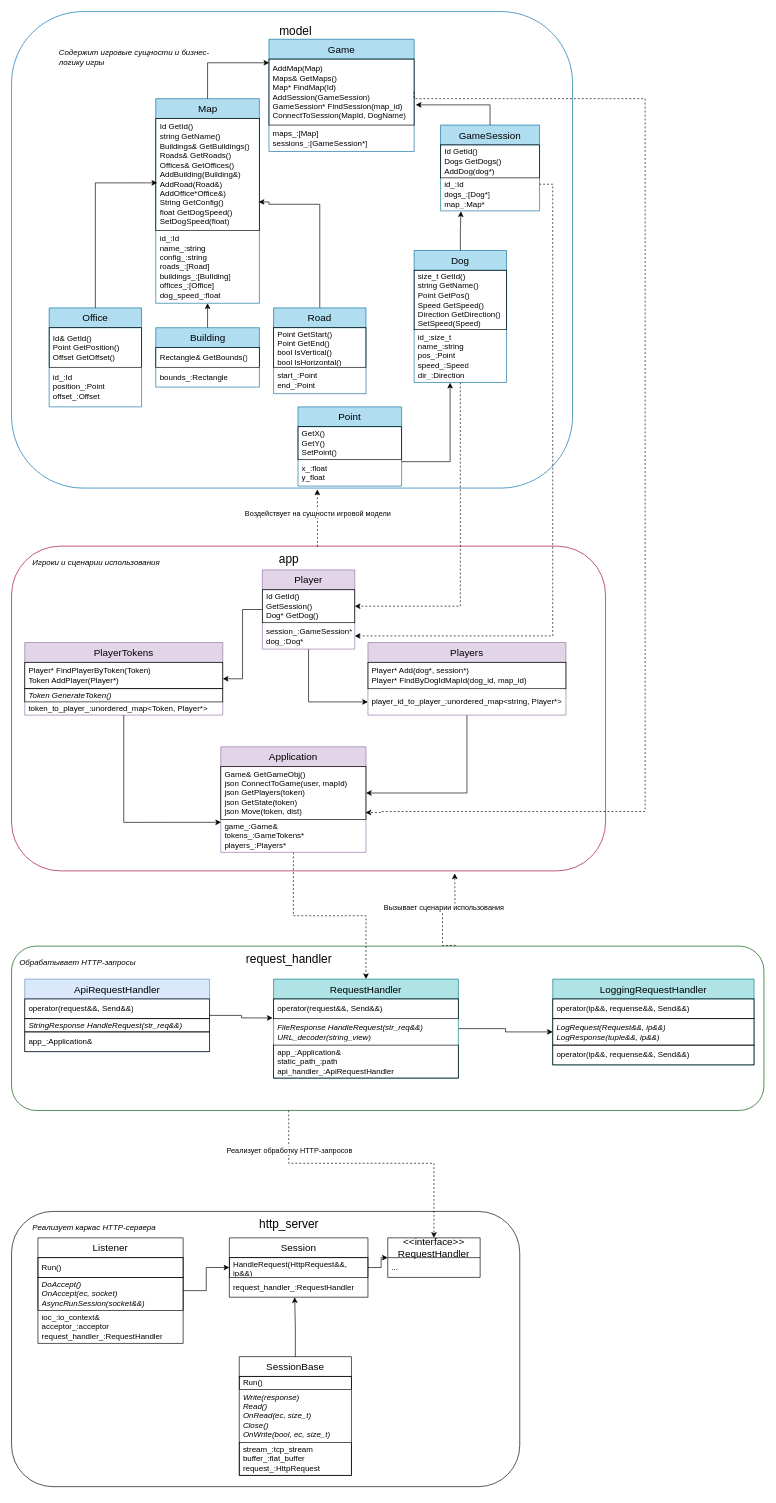
Before: myGame.drawio in Lest152/useful_code, a draw.io diagram. Source tidied: cells renumbered, new cells numbered last; positions are measured from the earlier drawing's top-left corner, leaving out a move shared by most shapes. Both pictures are drawn from the tidied source at 66%, with x=0, y=0 at pixel (11, 11).
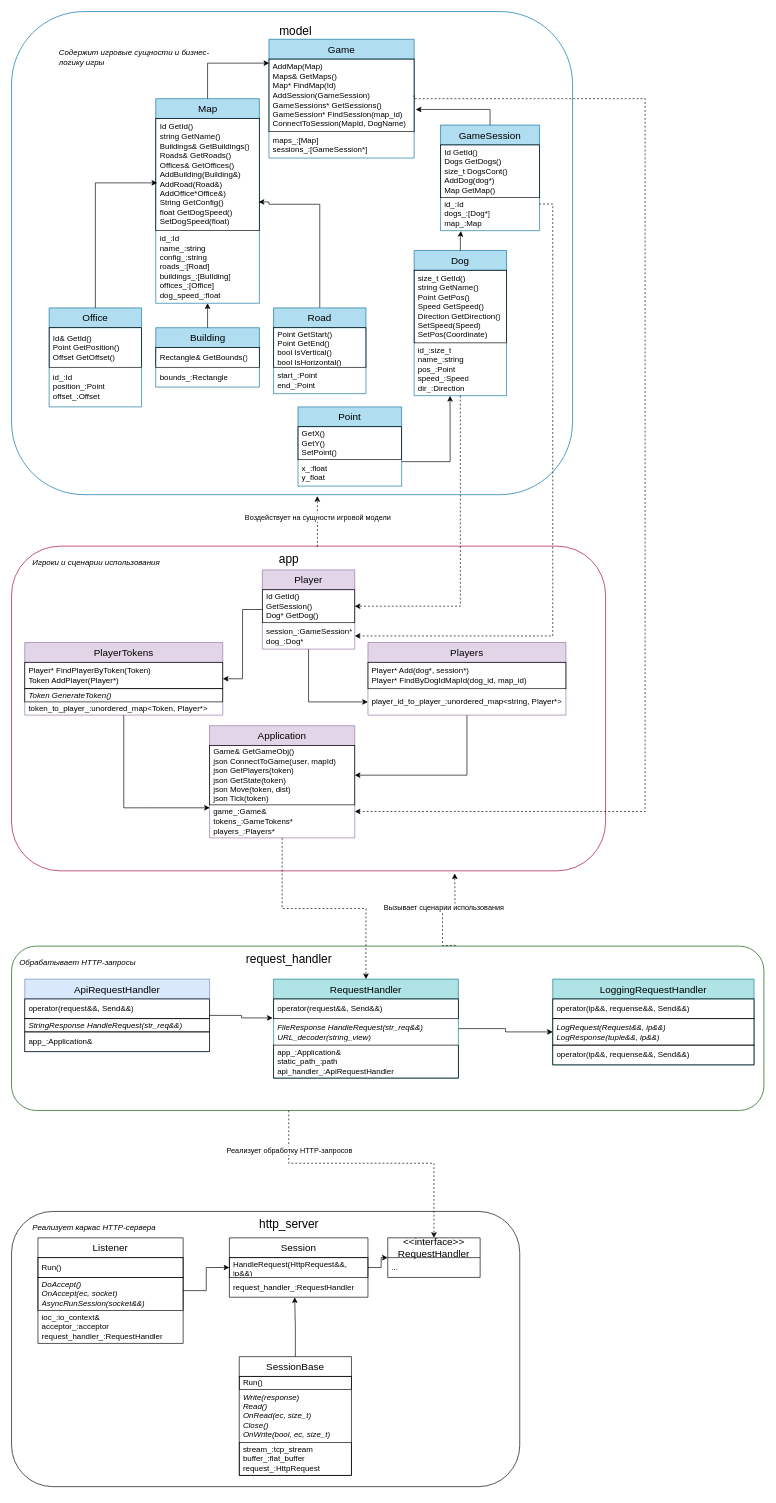
Above is the later version.

Change to the diagram source:
```diff
@@
     <mxCell id="3" style="rounded=1;whiteSpace=wrap;html=1;fillColor=none;fontColor=#ffffff;strokeColor=#006EAF;fillStyle=auto;" parent="1" vertex="1">
-      <mxGeometry width="850" height="722" as="geometry" />
+      <mxGeometry width="850" height="732" as="geometry" />
     </mxCell>
     <mxCell id="4" value="&lt;font style=&quot;font-size: 15px;&quot;&gt;Game&lt;/font&gt;" style="swimlane;fontStyle=0;horizontal=1;startSize=30;whiteSpace=wrap;html=1;fillColor=#b1ddf0;strokeColor=#10739e;" parent="1" vertex="1">
-      <mxGeometry x="390" y="42" width="220" height="170" as="geometry" />
+      <mxGeometry x="390" y="42" width="220" height="180" as="geometry" />
     </mxCell>
-    <mxCell id="5" value="AddMap(Map)&lt;br&gt;Maps&amp;amp; GetMaps()&lt;br&gt;Map* FindMap(Id)&lt;br&gt;AddSession(GameSession)&lt;br&gt;GameSession* FindSession(map_id)&lt;br&gt;ConnectToSession(MapId, DogName)" style="text;strokeColor=default;fillColor=none;align=left;verticalAlign=middle;spacingLeft=4;spacingRight=4;overflow=hidden;points=[[0,0.5],[1,0.5]];portConstraint=eastwest;whiteSpace=wrap;html=1;shadow=0;" parent="4" vertex="1">
-      <mxGeometry y="30" width="220" height="100" as="geometry" />
+    <mxCell id="5" value="AddMap(Map)&lt;br&gt;Maps&amp;amp; GetMaps()&lt;br&gt;Map* FindMap(Id)&lt;br&gt;AddSession(GameSession)&lt;br&gt;GameSessions* GetSessions()&lt;br&gt;GameSession* FindSession(map_id)&lt;br&gt;ConnectToSession(MapId, DogName)" style="text;strokeColor=default;fillColor=none;align=left;verticalAlign=middle;spacingLeft=4;spacingRight=4;overflow=hidden;points=[[0,0.5],[1,0.5]];portConstraint=eastwest;whiteSpace=wrap;html=1;shadow=0;" parent="4" vertex="1">
+      <mxGeometry y="30" width="220" height="110" as="geometry" />
     </mxCell>
     <mxCell id="6" value="maps_:[Map]&lt;br&gt;&lt;span&gt;sessions_:[GameSession*]&lt;br&gt;&lt;/span&gt;" style="text;strokeColor=none;fillColor=none;align=left;verticalAlign=middle;spacingLeft=4;spacingRight=4;overflow=hidden;whiteSpace=wrap;html=1;fontStyle=0;" parent="4" vertex="1">
-      <mxGeometry y="130" width="220" height="40" as="geometry" />
+      <mxGeometry y="140" width="220" height="40" as="geometry" />
     </mxCell>
@@
     <mxCell id="11" value="&lt;font style=&quot;font-size: 15px;&quot;&gt;GameSession&lt;/font&gt;" style="swimlane;fontStyle=0;horizontal=1;startSize=30;whiteSpace=wrap;html=1;fillColor=#b1ddf0;strokeColor=#10739e;" parent="1" vertex="1">
-      <mxGeometry x="650" y="172" width="150" height="130" as="geometry" />
+      <mxGeometry x="650" y="172" width="150" height="160" as="geometry" />
     </mxCell>
-    <mxCell id="12" value="&lt;span&gt;Id GetId()&lt;br&gt;Dogs GetDogs()&lt;br&gt;AddDog(dog*)&lt;br&gt;&lt;/span&gt;" style="text;strokeColor=default;fillColor=none;align=left;verticalAlign=middle;spacingLeft=4;spacingRight=4;overflow=hidden;whiteSpace=wrap;html=1;fontStyle=0;" parent="11" vertex="1">
-      <mxGeometry y="30" width="150" height="50" as="geometry" />
+    <mxCell id="12" value="&lt;span&gt;Id GetId()&lt;br&gt;Dogs GetDogs()&lt;br&gt;size_t DogsCont()&lt;br&gt;AddDog(dog*)&lt;br&gt;Map GetMap()&lt;br&gt;&lt;/span&gt;" style="text;strokeColor=default;fillColor=none;align=left;verticalAlign=middle;spacingLeft=4;spacingRight=4;overflow=hidden;whiteSpace=wrap;html=1;fontStyle=0;" parent="11" vertex="1">
+      <mxGeometry y="30" width="150" height="80" as="geometry" />
     </mxCell>
-    <mxCell id="13" value="&lt;span&gt;id_:Id&lt;br&gt;dogs_:[Dog*]&lt;br&gt;map_:Map*&lt;/span&gt;" style="text;strokeColor=none;fillColor=none;align=left;verticalAlign=middle;spacingLeft=4;spacingRight=4;overflow=hidden;points=[[0,0.5],[1,0.5]];portConstraint=eastwest;whiteSpace=wrap;html=1;fontStyle=0;" parent="11" vertex="1">
-      <mxGeometry y="80" width="150" height="50" as="geometry" />
+    <mxCell id="13" value="&lt;span&gt;id_:Id&lt;br&gt;dogs_:[Dog*]&lt;br&gt;map_:Map&lt;/span&gt;" style="text;strokeColor=none;fillColor=none;align=left;verticalAlign=middle;spacingLeft=4;spacingRight=4;overflow=hidden;points=[[0,0.5],[1,0.5]];portConstraint=eastwest;whiteSpace=wrap;html=1;fontStyle=0;" parent="11" vertex="1">
+      <mxGeometry y="110" width="150" height="50" as="geometry" />
     </mxCell>
@@
     <mxCell id="70" value="&lt;font style=&quot;font-size: 15px;&quot;&gt;Dog&lt;/font&gt;" style="swimlane;fontStyle=0;horizontal=1;startSize=30;whiteSpace=wrap;html=1;fillColor=#b1ddf0;strokeColor=#10739e;" parent="1" vertex="1">
-      <mxGeometry x="610" y="362" width="140" height="200" as="geometry" />
+      <mxGeometry x="610" y="362" width="140" height="220" as="geometry" />
     </mxCell>
-    <mxCell id="71" value="size_t GetId()&lt;br&gt;string GetName()&lt;br&gt;Point GetPos()&lt;br&gt;Speed GetSpeed()&lt;br&gt;Direction GetDirection()&lt;br&gt;SetSpeed(Speed)" style="text;strokeColor=default;fillColor=none;align=left;verticalAlign=middle;spacingLeft=4;spacingRight=4;overflow=hidden;whiteSpace=wrap;html=1;" parent="70" vertex="1">
-      <mxGeometry y="30" width="140" height="90" as="geometry" />
+    <mxCell id="71" value="size_t GetId()&lt;br&gt;string GetName()&lt;br&gt;Point GetPos()&lt;br&gt;Speed GetSpeed()&lt;br&gt;Direction GetDirection()&lt;br&gt;SetSpeed(Speed)&lt;br&gt;SetPos(Coordinate)" style="text;strokeColor=default;fillColor=none;align=left;verticalAlign=middle;spacingLeft=4;spacingRight=4;overflow=hidden;whiteSpace=wrap;html=1;" parent="70" vertex="1">
+      <mxGeometry y="30" width="140" height="110" as="geometry" />
     </mxCell>
     <mxCell id="72" value="id_:size_t&lt;br&gt;name_:string&lt;br&gt;pos_:Point&lt;br&gt;speed_:Speed&lt;br&gt;dir_:Direction" style="text;strokeColor=none;fillColor=none;align=left;verticalAlign=middle;spacingLeft=4;spacingRight=4;overflow=hidden;points=[[0,0.5],[1,0.5]];portConstraint=eastwest;whiteSpace=wrap;html=1;" parent="70" vertex="1">
-      <mxGeometry y="120" width="140" height="80" as="geometry" />
+      <mxGeometry y="140" width="140" height="80" as="geometry" />
     </mxCell>
@@
     <mxCell id="96" value="&lt;span style=&quot;font-size: 15px;&quot;&gt;Application&lt;/span&gt;" style="swimlane;fontStyle=0;horizontal=1;startSize=30;whiteSpace=wrap;html=1;fillColor=#e1d5e7;strokeColor=#9673a6;" parent="1" vertex="1">
-      <mxGeometry x="317" y="1114" width="220" height="160" as="geometry" />
+      <mxGeometry x="300" y="1082" width="220" height="170" as="geometry" />
     </mxCell>
-    <mxCell id="97" value="Game&amp;amp; GetGameObj()&lt;br&gt;json ConnectToGame(user, mapId)&lt;br&gt;json GetPlayers(token)&lt;br&gt;json GetState(token)&lt;br&gt;json Move(token, dist)" style="text;strokeColor=default;fillColor=none;align=left;verticalAlign=middle;spacingLeft=4;spacingRight=4;overflow=hidden;points=[[0,0.5],[1,0.5]];portConstraint=eastwest;whiteSpace=wrap;html=1;" parent="96" vertex="1">
-      <mxGeometry y="30" width="220" height="80" as="geometry" />
+    <mxCell id="97" value="Game&amp;amp; GetGameObj()&lt;br&gt;json ConnectToGame(user, mapId)&lt;br&gt;json GetPlayers(token)&lt;br&gt;json GetState(token)&lt;br&gt;json Move(token, dist)&lt;br&gt;json Tick(token)" style="text;strokeColor=default;fillColor=none;align=left;verticalAlign=middle;spacingLeft=4;spacingRight=4;overflow=hidden;points=[[0,0.5],[1,0.5]];portConstraint=eastwest;whiteSpace=wrap;html=1;" parent="96" vertex="1">
+      <mxGeometry y="30" width="220" height="90" as="geometry" />
     </mxCell>
     <mxCell id="98" value="game_:Game&amp;amp;&lt;br&gt;tokens_:GameTokens*&lt;br&gt;players_:Players*" style="text;strokeColor=none;fillColor=none;align=left;verticalAlign=middle;spacingLeft=4;spacingRight=4;overflow=hidden;points=[[0,0.5],[1,0.5]];portConstraint=eastwest;whiteSpace=wrap;html=1;" parent="96" vertex="1">
-      <mxGeometry y="110" width="220" height="50" as="geometry" />
+      <mxGeometry y="120" width="220" height="50" as="geometry" />
     </mxCell>
-    <mxCell id="99" style="edgeStyle=orthogonalEdgeStyle;rounded=0;jettySize=auto;html=1;exitX=1;exitY=0.5;exitDx=0;exitDy=0;dashed=1;entryX=0.997;entryY=0.87;entryDx=0;entryDy=0;entryPerimeter=0;" parent="1" edge="1" source="5" target="97">
+    <mxCell id="99" style="edgeStyle=orthogonalEdgeStyle;rounded=0;jettySize=auto;html=1;exitX=1;exitY=0.5;exitDx=0;exitDy=0;dashed=1;" parent="1" edge="1" source="5" target="98">
       <mxGeometry relative="1" as="geometry">
         <Array as="points">
           <mxPoint x="610" y="132" />
           <mxPoint x="960" y="132" />
           <mxPoint x="960" y="1212" />
-          <mxPoint x="560" y="1212" />
-          <mxPoint x="560" y="1214" />
         </Array>
       </mxGeometry>
     </mxCell>
```
